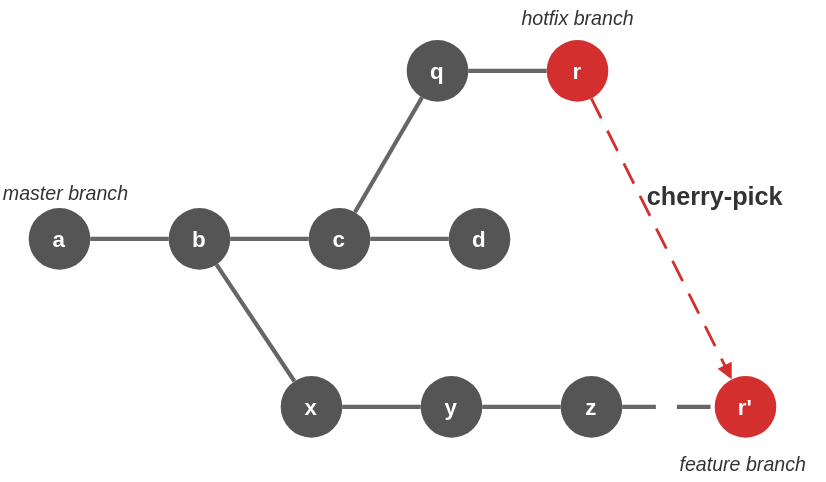
The draw.io diagram slides/03-aenderungen-verwalten/images/cherry-pick.drawio.svg in it-erben/training-git-for-developers, before a commit. Source tidied: cells renumbered, new cells last; positions are measured from the earlier drawing's top-left corner, leaving out a move shared by most shapes. Its diagram source:
```xml
<mxGraphModel>
  <root>
    <mxCell id="0" />
    <mxCell id="1" parent="0" />
    <mxCell id="2" style="endArrow=none;strokeColor=#666666;strokeWidth=3;rounded=0;" parent="1" edge="1" source="12" target="13">
      <mxGeometry relative="1" as="geometry" />
    </mxCell>
    <mxCell id="3" style="endArrow=none;strokeColor=#666666;strokeWidth=3;rounded=0;" parent="1" edge="1" source="13" target="14">
      <mxGeometry relative="1" as="geometry" />
    </mxCell>
    <mxCell id="4" style="endArrow=none;strokeColor=#666666;strokeWidth=3;rounded=0;" parent="1" edge="1" source="14" target="15">
      <mxGeometry relative="1" as="geometry" />
    </mxCell>
    <mxCell id="5" style="endArrow=none;strokeColor=#666666;strokeWidth=3;rounded=0;" parent="1" edge="1" source="14" target="16">
      <mxGeometry relative="1" as="geometry" />
    </mxCell>
    <mxCell id="6" style="endArrow=none;strokeColor=#666666;strokeWidth=3;rounded=0;" parent="1" edge="1" source="16" target="17">
      <mxGeometry relative="1" as="geometry" />
    </mxCell>
    <mxCell id="7" style="endArrow=none;strokeColor=#666666;strokeWidth=3;rounded=0;" parent="1" edge="1" source="13" target="18">
      <mxGeometry relative="1" as="geometry" />
    </mxCell>
    <mxCell id="8" style="endArrow=none;strokeColor=#666666;strokeWidth=3;rounded=0;" parent="1" edge="1" source="18" target="19">
      <mxGeometry relative="1" as="geometry" />
    </mxCell>
    <mxCell id="9" style="endArrow=none;strokeColor=#666666;strokeWidth=3;rounded=0;" parent="1" edge="1" source="19" target="20">
      <mxGeometry relative="1" as="geometry" />
    </mxCell>
    <mxCell id="10" style="endArrow=none;strokeColor=#666666;strokeWidth=3;dashed=1;dashPattern=8 5;rounded=0;" parent="1" edge="1" source="20" target="21">
      <mxGeometry relative="1" as="geometry" />
    </mxCell>
    <mxCell id="11" style="endArrow=block;endFill=1;strokeColor=#D32F2F;strokeWidth=2;dashed=1;dashPattern=8 5;curved=1;" parent="1" edge="1" source="17" target="21">
      <mxGeometry relative="1" as="geometry" />
    </mxCell>
    <mxCell id="12" value="a" style="ellipse;whiteSpace=wrap;fillColor=#555555;strokeColor=none;fontColor=#FFFFFF;fontSize=16;fontStyle=1;fontFamily=Helvetica;" parent="1" vertex="1">
      <mxGeometry x="20" y="148" width="44" height="44" as="geometry" />
    </mxCell>
    <mxCell id="13" value="b" style="ellipse;whiteSpace=wrap;fillColor=#555555;strokeColor=none;fontColor=#FFFFFF;fontSize=16;fontStyle=1;fontFamily=Helvetica;" parent="1" vertex="1">
      <mxGeometry x="120" y="148" width="44" height="44" as="geometry" />
    </mxCell>
    <mxCell id="14" value="c" style="ellipse;whiteSpace=wrap;fillColor=#555555;strokeColor=none;fontColor=#FFFFFF;fontSize=16;fontStyle=1;fontFamily=Helvetica;" parent="1" vertex="1">
      <mxGeometry x="220" y="148" width="44" height="44" as="geometry" />
    </mxCell>
    <mxCell id="15" value="d" style="ellipse;whiteSpace=wrap;fillColor=#555555;strokeColor=none;fontColor=#FFFFFF;fontSize=16;fontStyle=1;fontFamily=Helvetica;" parent="1" vertex="1">
      <mxGeometry x="320" y="148" width="44" height="44" as="geometry" />
    </mxCell>
    <mxCell id="16" value="q" style="ellipse;whiteSpace=wrap;fillColor=#555555;strokeColor=none;fontColor=#FFFFFF;fontSize=16;fontStyle=1;fontFamily=Helvetica;" parent="1" vertex="1">
      <mxGeometry x="290" y="28" width="44" height="44" as="geometry" />
    </mxCell>
    <mxCell id="17" value="r" style="ellipse;whiteSpace=wrap;fillColor=#D32F2F;strokeColor=none;fontColor=#FFFFFF;fontSize=16;fontStyle=1;fontFamily=Helvetica;" parent="1" vertex="1">
      <mxGeometry x="390" y="28" width="44" height="44" as="geometry" />
    </mxCell>
    <mxCell id="18" value="x" style="ellipse;whiteSpace=wrap;fillColor=#555555;strokeColor=none;fontColor=#FFFFFF;fontSize=16;fontStyle=1;fontFamily=Helvetica;" parent="1" vertex="1">
      <mxGeometry x="200" y="268" width="44" height="44" as="geometry" />
    </mxCell>
    <mxCell id="19" value="y" style="ellipse;whiteSpace=wrap;fillColor=#555555;strokeColor=none;fontColor=#FFFFFF;fontSize=16;fontStyle=1;fontFamily=Helvetica;" parent="1" vertex="1">
      <mxGeometry x="300" y="268" width="44" height="44" as="geometry" />
    </mxCell>
    <mxCell id="20" value="z" style="ellipse;whiteSpace=wrap;fillColor=#555555;strokeColor=none;fontColor=#FFFFFF;fontSize=16;fontStyle=1;fontFamily=Helvetica;" parent="1" vertex="1">
      <mxGeometry x="400" y="268" width="44" height="44" as="geometry" />
    </mxCell>
    <mxCell id="21" value="r'" style="ellipse;whiteSpace=wrap;fillColor=#D32F2F;strokeColor=none;fontColor=#FFFFFF;fontSize=16;fontStyle=1;fontFamily=Helvetica;" parent="1" vertex="1">
      <mxGeometry x="510" y="268" width="44" height="44" as="geometry" />
    </mxCell>
    <mxCell id="22" value="master branch" style="text;html=1;align=left;verticalAlign=middle;fillColor=none;strokeColor=none;fontColor=#333333;fontSize=14;fontStyle=2;fontFamily=Helvetica;" parent="1" vertex="1">
      <mxGeometry y="125" width="120" height="26" as="geometry" />
    </mxCell>
    <mxCell id="23" value="hotfix branch" style="text;html=1;align=center;verticalAlign=middle;fillColor=none;strokeColor=none;fontColor=#333333;fontSize=14;fontStyle=2;fontFamily=Helvetica;" parent="1" vertex="1">
      <mxGeometry x="352" width="120" height="26" as="geometry" />
    </mxCell>
    <mxCell id="24" value="feature branch" style="text;html=1;align=center;verticalAlign=middle;fillColor=none;strokeColor=none;fontColor=#333333;fontSize=14;fontStyle=2;fontFamily=Helvetica;" parent="1" vertex="1">
      <mxGeometry x="470" y="318" width="120" height="26" as="geometry" />
    </mxCell>
    <mxCell id="25" value="cherry-pick" style="text;html=1;align=center;verticalAlign=middle;fillColor=none;strokeColor=none;fontColor=#333333;fontSize=18;fontStyle=1;fontFamily=Helvetica;" parent="1" vertex="1">
      <mxGeometry x="450" y="125" width="120" height="30" as="geometry" />
    </mxCell>
  </root>
</mxGraphModel>
```
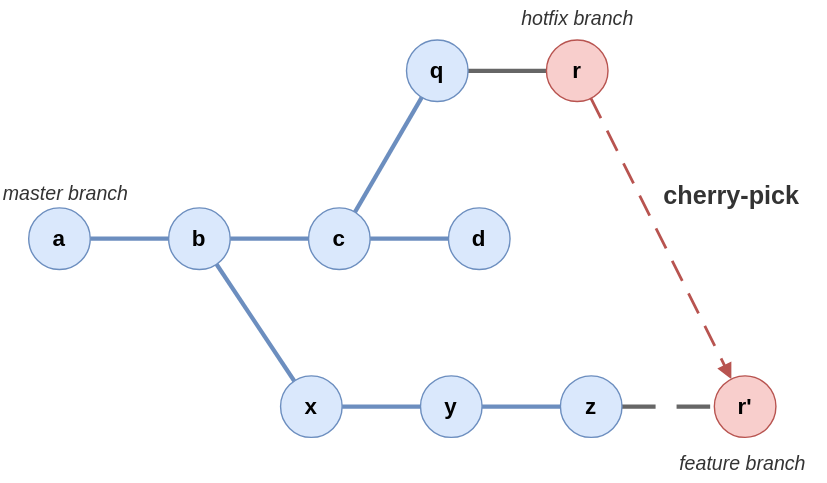
After the change.

The edit, as a diff of the source:
```diff
@@ -2,64 +2,64 @@
   <root>
     <mxCell id="0" />
     <mxCell id="1" parent="0" />
-    <mxCell id="2" style="endArrow=none;strokeColor=#666666;strokeWidth=3;rounded=0;" parent="1" edge="1" source="12" target="13">
+    <mxCell id="2" style="endArrow=none;strokeColor=#6c8ebf;strokeWidth=3;rounded=0;fillColor=#dae8fc;" parent="1" edge="1" source="12" target="13">
       <mxGeometry relative="1" as="geometry" />
     </mxCell>
-    <mxCell id="3" style="endArrow=none;strokeColor=#666666;strokeWidth=3;rounded=0;" parent="1" edge="1" source="13" target="14">
+    <mxCell id="3" style="endArrow=none;strokeColor=#6c8ebf;strokeWidth=3;rounded=0;fillColor=#dae8fc;" parent="1" edge="1" source="13" target="14">
       <mxGeometry relative="1" as="geometry" />
     </mxCell>
-    <mxCell id="4" style="endArrow=none;strokeColor=#666666;strokeWidth=3;rounded=0;" parent="1" edge="1" source="14" target="15">
+    <mxCell id="4" style="endArrow=none;strokeColor=#6c8ebf;strokeWidth=3;rounded=0;fillColor=#dae8fc;" parent="1" edge="1" source="14" target="15">
       <mxGeometry relative="1" as="geometry" />
     </mxCell>
-    <mxCell id="5" style="endArrow=none;strokeColor=#666666;strokeWidth=3;rounded=0;" parent="1" edge="1" source="14" target="16">
+    <mxCell id="5" style="endArrow=none;strokeColor=#6c8ebf;strokeWidth=3;rounded=0;fillColor=#dae8fc;" parent="1" edge="1" source="14" target="16">
       <mxGeometry relative="1" as="geometry" />
     </mxCell>
     <mxCell id="6" style="endArrow=none;strokeColor=#666666;strokeWidth=3;rounded=0;" parent="1" edge="1" source="16" target="17">
       <mxGeometry relative="1" as="geometry" />
     </mxCell>
-    <mxCell id="7" style="endArrow=none;strokeColor=#666666;strokeWidth=3;rounded=0;" parent="1" edge="1" source="13" target="18">
+    <mxCell id="7" style="endArrow=none;strokeColor=#6c8ebf;strokeWidth=3;rounded=0;fillColor=#dae8fc;" parent="1" edge="1" source="13" target="18">
       <mxGeometry relative="1" as="geometry" />
     </mxCell>
-    <mxCell id="8" style="endArrow=none;strokeColor=#666666;strokeWidth=3;rounded=0;" parent="1" edge="1" source="18" target="19">
+    <mxCell id="8" style="endArrow=none;strokeColor=#6c8ebf;strokeWidth=3;rounded=0;fillColor=#dae8fc;" parent="1" edge="1" source="18" target="19">
       <mxGeometry relative="1" as="geometry" />
     </mxCell>
-    <mxCell id="9" style="endArrow=none;strokeColor=#666666;strokeWidth=3;rounded=0;" parent="1" edge="1" source="19" target="20">
+    <mxCell id="9" style="endArrow=none;strokeColor=#6c8ebf;strokeWidth=3;rounded=0;fillColor=#dae8fc;" parent="1" edge="1" source="19" target="20">
       <mxGeometry relative="1" as="geometry" />
     </mxCell>
     <mxCell id="10" style="endArrow=none;strokeColor=#666666;strokeWidth=3;dashed=1;dashPattern=8 5;rounded=0;" parent="1" edge="1" source="20" target="21">
       <mxGeometry relative="1" as="geometry" />
     </mxCell>
-    <mxCell id="11" style="endArrow=block;endFill=1;strokeColor=#D32F2F;strokeWidth=2;dashed=1;dashPattern=8 5;curved=1;" parent="1" edge="1" source="17" target="21">
+    <mxCell id="11" style="endArrow=block;endFill=1;strokeColor=#b85450;strokeWidth=2;dashed=1;dashPattern=8 5;curved=1;fillColor=#f8cecc;" parent="1" edge="1" source="17" target="21">
       <mxGeometry relative="1" as="geometry" />
     </mxCell>
-    <mxCell id="12" value="a" style="ellipse;whiteSpace=wrap;fillColor=#555555;strokeColor=none;fontColor=#FFFFFF;fontSize=16;fontStyle=1;fontFamily=Helvetica;" parent="1" vertex="1">
+    <mxCell id="12" value="a" style="ellipse;whiteSpace=wrap;fillColor=#dae8fc;strokeColor=#6c8ebf;fontSize=16;fontStyle=1;fontFamily=Helvetica;" parent="1" vertex="1">
       <mxGeometry x="20" y="148" width="44" height="44" as="geometry" />
     </mxCell>
-    <mxCell id="13" value="b" style="ellipse;whiteSpace=wrap;fillColor=#555555;strokeColor=none;fontColor=#FFFFFF;fontSize=16;fontStyle=1;fontFamily=Helvetica;" parent="1" vertex="1">
+    <mxCell id="13" value="b" style="ellipse;whiteSpace=wrap;fillColor=#dae8fc;strokeColor=#6c8ebf;fontSize=16;fontStyle=1;fontFamily=Helvetica;" parent="1" vertex="1">
       <mxGeometry x="120" y="148" width="44" height="44" as="geometry" />
     </mxCell>
-    <mxCell id="14" value="c" style="ellipse;whiteSpace=wrap;fillColor=#555555;strokeColor=none;fontColor=#FFFFFF;fontSize=16;fontStyle=1;fontFamily=Helvetica;" parent="1" vertex="1">
+    <mxCell id="14" value="c" style="ellipse;whiteSpace=wrap;fillColor=#dae8fc;strokeColor=#6c8ebf;fontSize=16;fontStyle=1;fontFamily=Helvetica;" parent="1" vertex="1">
       <mxGeometry x="220" y="148" width="44" height="44" as="geometry" />
     </mxCell>
-    <mxCell id="15" value="d" style="ellipse;whiteSpace=wrap;fillColor=#555555;strokeColor=none;fontColor=#FFFFFF;fontSize=16;fontStyle=1;fontFamily=Helvetica;" parent="1" vertex="1">
+    <mxCell id="15" value="d" style="ellipse;whiteSpace=wrap;fillColor=#dae8fc;strokeColor=#6c8ebf;fontSize=16;fontStyle=1;fontFamily=Helvetica;" parent="1" vertex="1">
       <mxGeometry x="320" y="148" width="44" height="44" as="geometry" />
     </mxCell>
-    <mxCell id="16" value="q" style="ellipse;whiteSpace=wrap;fillColor=#555555;strokeColor=none;fontColor=#FFFFFF;fontSize=16;fontStyle=1;fontFamily=Helvetica;" parent="1" vertex="1">
+    <mxCell id="16" value="q" style="ellipse;whiteSpace=wrap;fillColor=#dae8fc;strokeColor=#6c8ebf;fontSize=16;fontStyle=1;fontFamily=Helvetica;" parent="1" vertex="1">
       <mxGeometry x="290" y="28" width="44" height="44" as="geometry" />
     </mxCell>
-    <mxCell id="17" value="r" style="ellipse;whiteSpace=wrap;fillColor=#D32F2F;strokeColor=none;fontColor=#FFFFFF;fontSize=16;fontStyle=1;fontFamily=Helvetica;" parent="1" vertex="1">
+    <mxCell id="17" value="r" style="ellipse;whiteSpace=wrap;fillColor=#f8cecc;strokeColor=#b85450;fontSize=16;fontStyle=1;fontFamily=Helvetica;" parent="1" vertex="1">
       <mxGeometry x="390" y="28" width="44" height="44" as="geometry" />
     </mxCell>
-    <mxCell id="18" value="x" style="ellipse;whiteSpace=wrap;fillColor=#555555;strokeColor=none;fontColor=#FFFFFF;fontSize=16;fontStyle=1;fontFamily=Helvetica;" parent="1" vertex="1">
+    <mxCell id="18" value="x" style="ellipse;whiteSpace=wrap;fillColor=#dae8fc;strokeColor=#6c8ebf;fontSize=16;fontStyle=1;fontFamily=Helvetica;" parent="1" vertex="1">
       <mxGeometry x="200" y="268" width="44" height="44" as="geometry" />
     </mxCell>
-    <mxCell id="19" value="y" style="ellipse;whiteSpace=wrap;fillColor=#555555;strokeColor=none;fontColor=#FFFFFF;fontSize=16;fontStyle=1;fontFamily=Helvetica;" parent="1" vertex="1">
+    <mxCell id="19" value="y" style="ellipse;whiteSpace=wrap;fillColor=#dae8fc;strokeColor=#6c8ebf;fontSize=16;fontStyle=1;fontFamily=Helvetica;" parent="1" vertex="1">
       <mxGeometry x="300" y="268" width="44" height="44" as="geometry" />
     </mxCell>
-    <mxCell id="20" value="z" style="ellipse;whiteSpace=wrap;fillColor=#555555;strokeColor=none;fontColor=#FFFFFF;fontSize=16;fontStyle=1;fontFamily=Helvetica;" parent="1" vertex="1">
+    <mxCell id="20" value="z" style="ellipse;whiteSpace=wrap;fillColor=#dae8fc;strokeColor=#6c8ebf;fontSize=16;fontStyle=1;fontFamily=Helvetica;" parent="1" vertex="1">
       <mxGeometry x="400" y="268" width="44" height="44" as="geometry" />
     </mxCell>
-    <mxCell id="21" value="r'" style="ellipse;whiteSpace=wrap;fillColor=#D32F2F;strokeColor=none;fontColor=#FFFFFF;fontSize=16;fontStyle=1;fontFamily=Helvetica;" parent="1" vertex="1">
+    <mxCell id="21" value="r'" style="ellipse;whiteSpace=wrap;fillColor=#f8cecc;strokeColor=#b85450;fontSize=16;fontStyle=1;fontFamily=Helvetica;" parent="1" vertex="1">
       <mxGeometry x="510" y="268" width="44" height="44" as="geometry" />
     </mxCell>
     <mxCell id="22" value="master branch" style="text;html=1;align=left;verticalAlign=middle;fillColor=none;strokeColor=none;fontColor=#333333;fontSize=14;fontStyle=2;fontFamily=Helvetica;" parent="1" vertex="1">
@@ -72,7 +72,7 @@
       <mxGeometry x="470" y="318" width="120" height="26" as="geometry" />
     </mxCell>
     <mxCell id="25" value="cherry-pick" style="text;html=1;align=center;verticalAlign=middle;fillColor=none;strokeColor=none;fontColor=#333333;fontSize=18;fontStyle=1;fontFamily=Helvetica;" parent="1" vertex="1">
-      <mxGeometry x="450" y="125" width="120" height="30" as="geometry" />
+      <mxGeometry x="462" y="125" width="120" height="30" as="geometry" />
     </mxCell>
   </root>
 </mxGraphModel>
```
